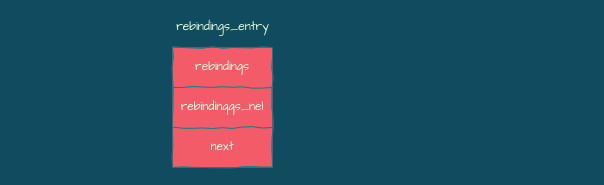
Above: fishhook/rebind_entry.drawio in silan-liu/drawio (draw.io), before the change. Source tidied: cells renumbered, new cells numbered last; positions are measured from the earlier drawing's top-left corner, leaving out a move shared by most shapes. Both pictures are drawn from the tidied source at 100%, with x=0, y=0 at pixel (167, 17).
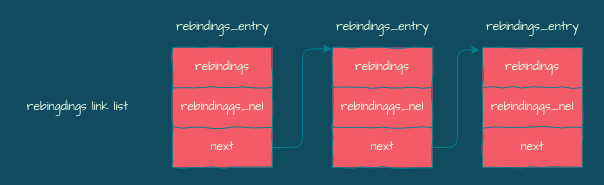
Above is the later version.

Unchanged cells that the change refers to:
```xml
<mxCell id="7" style="shape=partialRectangle;html=1;whiteSpace=wrap;fillColor=none;top=0;left=0;bottom=0;right=0;points=[[0,0.5],[1,0.5]];portConstraint=eastwest;strokeColor=#028090;fontColor=#E4FDE1;" parent="2" vertex="1">
  <mxGeometry y="80" width="100" height="40" as="geometry" />
</mxCell>
```

What changed in the source:
```diff
@@
+    <mxCell id="10" style="shape=table;html=1;whiteSpace=wrap;startSize=0;childLayout=tableLayout;fillColor=#F45B69;strokeColor=#028090;fontColor=#E4FDE1;comic=1;" parent="1" vertex="1">
+      <mxGeometry x="165" y="30" width="100" height="120" as="geometry" />
+    </mxCell>
+    <mxCell id="11" style="shape=partialRectangle;html=1;whiteSpace=wrap;fillColor=none;top=0;left=0;bottom=0;right=0;points=[[0,0.5],[1,0.5]];portConstraint=eastwest;strokeColor=#028090;fontColor=#E4FDE1;" parent="10" vertex="1">
+      <mxGeometry width="100" height="40" as="geometry" />
+    </mxCell>
+    <mxCell id="12" value="rebindings" style="shape=partialRectangle;html=1;whiteSpace=wrap;overflow=hidden;fillColor=none;top=0;left=0;bottom=0;right=0;strokeColor=#028090;fontColor=#E4FDE1;fontFamily=Architects Daughter;" parent="11" vertex="1">
+      <mxGeometry width="100" height="40" as="geometry" />
+    </mxCell>
+    <mxCell id="13" style="shape=partialRectangle;html=1;whiteSpace=wrap;fillColor=none;top=0;left=0;bottom=0;right=0;strokeColor=#028090;fontColor=#E4FDE1;" parent="10" vertex="1">
+      <mxGeometry y="40" width="100" height="40" as="geometry" />
+    </mxCell>
+    <mxCell id="14" value="rebindinggs_nel" style="shape=partialRectangle;html=1;whiteSpace=wrap;overflow=hidden;fillColor=none;top=0;left=0;bottom=0;right=0;strokeColor=#028090;fontColor=#E4FDE1;fontFamily=Architects Daughter;" parent="13" vertex="1">
+      <mxGeometry width="100" height="40" as="geometry" />
+    </mxCell>
+    <mxCell id="15" style="shape=partialRectangle;html=1;whiteSpace=wrap;fillColor=none;top=0;left=0;bottom=0;right=0;points=[[0,0.5],[1,0.5]];portConstraint=eastwest;strokeColor=#028090;fontColor=#E4FDE1;" parent="10" vertex="1">
+      <mxGeometry y="80" width="100" height="40" as="geometry" />
+    </mxCell>
+    <mxCell id="16" value="next" style="shape=partialRectangle;html=1;whiteSpace=wrap;overflow=hidden;fillColor=none;top=0;left=0;bottom=0;right=0;strokeColor=#028090;fontColor=#E4FDE1;fontFamily=Architects Daughter;" parent="15" vertex="1">
+      <mxGeometry width="100" height="40" as="geometry" />
+    </mxCell>
+    <mxCell id="17" style="edgeStyle=orthogonalEdgeStyle;curved=0;rounded=1;sketch=0;jettySize=auto;html=1;exitX=1;exitY=0.5;exitDx=0;exitDy=0;entryX=-0.008;entryY=0.036;entryDx=0;entryDy=0;strokeColor=#028090;fillColor=#F45B69;fontFamily=Architects Daughter;fontColor=#E4FDE1;entryPerimeter=0;" parent="1" edge="1" source="7" target="11">
+      <mxGeometry relative="1" as="geometry" />
+    </mxCell>
+    <mxCell id="18" style="shape=table;html=1;whiteSpace=wrap;startSize=0;childLayout=tableLayout;fillColor=#F45B69;strokeColor=#028090;fontColor=#E4FDE1;comic=1;" parent="1" vertex="1">
+      <mxGeometry x="315" y="30" width="100" height="120" as="geometry" />
+    </mxCell>
+    <mxCell id="19" style="shape=partialRectangle;html=1;whiteSpace=wrap;fillColor=none;top=0;left=0;bottom=0;right=0;points=[[0,0.5],[1,0.5]];portConstraint=eastwest;strokeColor=#028090;fontColor=#E4FDE1;" parent="18" vertex="1">
+      <mxGeometry width="100" height="40" as="geometry" />
+    </mxCell>
+    <mxCell id="20" value="rebindings" style="shape=partialRectangle;html=1;whiteSpace=wrap;overflow=hidden;fillColor=none;top=0;left=0;bottom=0;right=0;strokeColor=#028090;fontColor=#E4FDE1;fontFamily=Architects Daughter;" parent="19" vertex="1">
+      <mxGeometry width="100" height="40" as="geometry" />
+    </mxCell>
+    <mxCell id="21" style="shape=partialRectangle;html=1;whiteSpace=wrap;fillColor=none;top=0;left=0;bottom=0;right=0;strokeColor=#028090;fontColor=#E4FDE1;" parent="18" vertex="1">
+      <mxGeometry y="40" width="100" height="40" as="geometry" />
+    </mxCell>
+    <mxCell id="22" value="rebindinggs_nel" style="shape=partialRectangle;html=1;whiteSpace=wrap;overflow=hidden;fillColor=none;top=0;left=0;bottom=0;right=0;strokeColor=#028090;fontColor=#E4FDE1;fontFamily=Architects Daughter;" parent="21" vertex="1">
+      <mxGeometry width="100" height="40" as="geometry" />
+    </mxCell>
+    <mxCell id="23" style="shape=partialRectangle;html=1;whiteSpace=wrap;fillColor=none;top=0;left=0;bottom=0;right=0;strokeColor=#028090;fontColor=#E4FDE1;" parent="18" vertex="1">
+      <mxGeometry y="80" width="100" height="40" as="geometry" />
+    </mxCell>
+    <mxCell id="24" value="next" style="shape=partialRectangle;html=1;whiteSpace=wrap;overflow=hidden;fillColor=none;top=0;left=0;bottom=0;right=0;strokeColor=#028090;fontColor=#E4FDE1;fontFamily=Architects Daughter;" parent="23" vertex="1">
+      <mxGeometry width="100" height="40" as="geometry" />
+    </mxCell>
+    <mxCell id="25" style="edgeStyle=orthogonalEdgeStyle;curved=0;rounded=1;sketch=0;jettySize=auto;html=1;exitX=1;exitY=0.5;exitDx=0;exitDy=0;entryX=-0.028;entryY=0.061;entryDx=0;entryDy=0;entryPerimeter=0;strokeColor=#028090;fillColor=#F45B69;fontFamily=Architects Daughter;fontColor=#E4FDE1;" parent="1" edge="1" source="15" target="19">
+      <mxGeometry relative="1" as="geometry" />
+    </mxCell>
+    <mxCell id="26" value="rebindings_entry" style="text;html=1;align=center;verticalAlign=middle;fontColor=#E4FDE1;fontFamily=Architects Daughter;" parent="1" vertex="1">
+      <mxGeometry x="160" width="110" height="20" as="geometry" />
+    </mxCell>
+    <mxCell id="27" value="rebindings_entry" style="text;html=1;align=center;verticalAlign=middle;fontColor=#E4FDE1;fontFamily=Architects Daughter;" parent="1" vertex="1">
+      <mxGeometry x="310" width="110" height="20" as="geometry" />
+    </mxCell>
+    <mxCell id="28" value="rebingdings link list" style="text;html=1;align=center;verticalAlign=middle;fontFamily=Architects Daughter;fontColor=#E4FDE1;" parent="1" vertex="1">
+      <mxGeometry x="-150" y="80" width="120" height="20" as="geometry" />
+    </mxCell>
```
